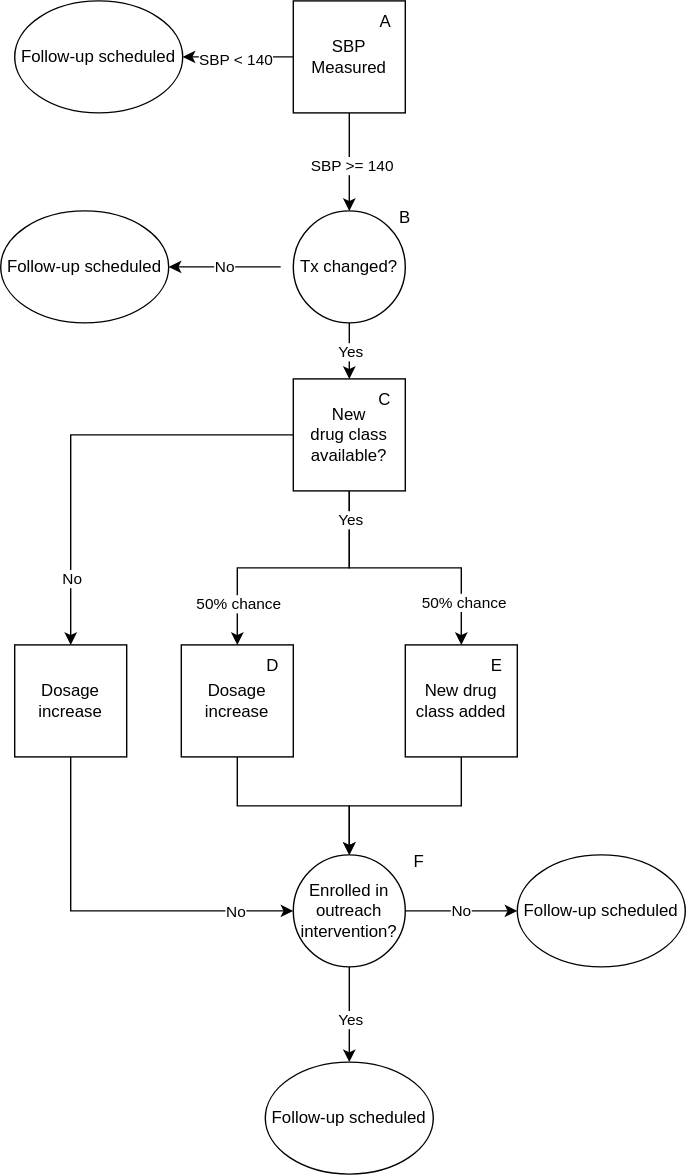
Above: docs/source/concept_models/vivarium_us_cvd/sbp_ramp_followup.svg in ihmeuw/vivarium_research (draw.io), before the change. Source tidied: cells renumbered, new cells last; positions are measured from the earlier drawing's top-left corner, leaving out a move shared by most shapes.
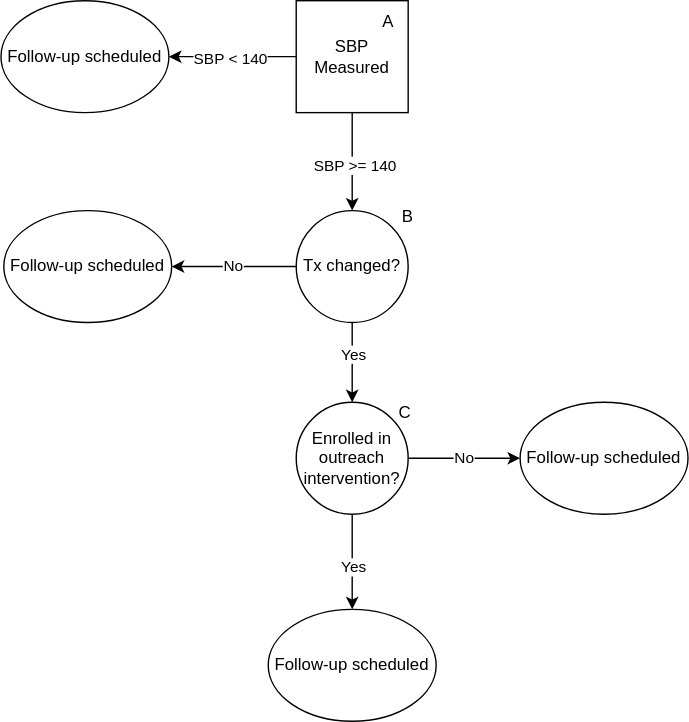
Later version of the same file.

Change to the diagram source:
```diff
@@ -5,12 +5,10 @@
     <mxCell id="2" value="SBP Measured" style="whiteSpace=wrap;html=1;" parent="1" vertex="1">
       <mxGeometry x="209" width="80" height="80" as="geometry" />
     </mxCell>
-    <mxCell id="3" value="No" style="edgeStyle=orthogonalEdgeStyle;rounded=0;jettySize=auto;html=1;exitX=0;exitY=0.5;exitDx=0;exitDy=0;entryX=1;entryY=0.5;entryDx=0;entryDy=0;" parent="1" edge="1" target="6">
-      <mxGeometry relative="1" as="geometry">
-        <mxPoint x="200" y="190" as="sourcePoint" />
-      </mxGeometry>
+    <mxCell id="3" value="No" style="edgeStyle=orthogonalEdgeStyle;rounded=0;jettySize=auto;html=1;exitX=0;exitY=0.5;exitDx=0;exitDy=0;entryX=1;entryY=0.5;entryDx=0;entryDy=0;" parent="1" edge="1" source="15" target="6">
+      <mxGeometry relative="1" as="geometry" />
     </mxCell>
-    <mxCell id="4" style="edgeStyle=orthogonalEdgeStyle;rounded=0;jettySize=auto;html=1;exitX=0.5;exitY=1;exitDx=0;exitDy=0;entryX=0.5;entryY=0;entryDx=0;entryDy=0;" parent="1" edge="1" source="15" target="12">
+    <mxCell id="4" style="edgeStyle=orthogonalEdgeStyle;rounded=0;jettySize=auto;html=1;exitX=0.5;exitY=1;exitDx=0;exitDy=0;entryX=0.5;entryY=0;entryDx=0;entryDy=0;" parent="1" edge="1" source="15" target="18">
       <mxGeometry relative="1" as="geometry" />
     </mxCell>
     <mxCell id="5" value="Yes" style="edgeLabel;html=1;align=center;verticalAlign=middle;" parent="4" vertex="1">
@@ -21,50 +19,29 @@
     <mxCell id="6" value="Follow-up scheduled" style="ellipse;whiteSpace=wrap;html=1;" parent="1" vertex="1">
       <mxGeometry y="150" width="120" height="80" as="geometry" />
     </mxCell>
-    <mxCell id="7" style="edgeStyle=orthogonalEdgeStyle;rounded=0;jettySize=auto;html=1;exitX=0.5;exitY=1;exitDx=0;exitDy=0;entryX=0.5;entryY=0;entryDx=0;entryDy=0;" parent="1" edge="1" source="12" target="13">
-      <mxGeometry relative="1" as="geometry" />
+    <mxCell id="7" style="edgeStyle=orthogonalEdgeStyle;rounded=0;jettySize=auto;html=1;exitX=0.5;exitY=1;exitDx=0;exitDy=0;entryX=0.5;entryY=0;entryDx=0;entryDy=0;" parent="1" edge="1" target="x">
+      <mxGeometry relative="1" as="geometry">
+        <mxPoint x="249" y="350" as="sourcePoint" />
+      </mxGeometry>
     </mxCell>
     <mxCell id="8" value="50% chance" style="edgeLabel;html=1;align=center;verticalAlign=middle;" parent="7" vertex="1">
       <mxGeometry x="0.69" relative="1" as="geometry" />
     </mxCell>
-    <mxCell id="9" style="edgeStyle=orthogonalEdgeStyle;rounded=0;jettySize=auto;html=1;exitX=0.5;exitY=1;exitDx=0;exitDy=0;entryX=0.5;entryY=0;entryDx=0;entryDy=0;" parent="1" edge="1" source="12" target="14">
-      <mxGeometry relative="1" as="geometry" />
-    </mxCell>
-    <mxCell id="10" value="Yes" style="edgeLabel;html=1;align=center;verticalAlign=middle;" parent="9" vertex="1">
-      <mxGeometry x="-0.79" y="2" relative="1" as="geometry">
-        <mxPoint x="-2" as="offset" />
-      </mxGeometry>
-    </mxCell>
-    <mxCell id="11" value="50% chance" style="edgeLabel;html=1;align=center;verticalAlign=middle;" parent="9" vertex="1">
-      <mxGeometry x="0.68" y="1" relative="1" as="geometry" />
-    </mxCell>
-    <mxCell id="12" value="New&lt;br&gt;&lt;div&gt;drug class available?&lt;/div&gt;" style="whiteSpace=wrap;html=1;" parent="1" vertex="1">
-      <mxGeometry x="209" y="270" width="80" height="80" as="geometry" />
-    </mxCell>
-    <mxCell id="13" value="&lt;div&gt;Dosage increase&lt;br&gt;&lt;/div&gt;" style="whiteSpace=wrap;html=1;" parent="1" vertex="1">
-      <mxGeometry x="129" y="460" width="80" height="80" as="geometry" />
-    </mxCell>
-    <mxCell id="14" value="New drug class added" style="whiteSpace=wrap;html=1;" parent="1" vertex="1">
-      <mxGeometry x="289" y="460" width="80" height="80" as="geometry" />
-    </mxCell>
     <mxCell id="15" value="Tx changed?" style="ellipse;whiteSpace=wrap;html=1;" parent="1" vertex="1">
       <mxGeometry x="209" y="150" width="80" height="80" as="geometry" />
     </mxCell>
     <mxCell id="16" value="B" style="text;html=1;strokeColor=none;fillColor=none;align=center;verticalAlign=middle;whiteSpace=wrap;rounded=0;" parent="1" vertex="1">
       <mxGeometry x="259" y="140" width="60" height="30" as="geometry" />
     </mxCell>
-    <mxCell id="17" style="edgeStyle=orthogonalEdgeStyle;rounded=0;jettySize=auto;html=1;exitX=0.5;exitY=1;exitDx=0;exitDy=0;entryX=0.5;entryY=0;entryDx=0;entryDy=0;" parent="1" edge="1" source="14" target="18">
-      <mxGeometry relative="1" as="geometry" />
-    </mxCell>
     <mxCell id="18" value="Enrolled in outreach intervention?" style="ellipse;whiteSpace=wrap;html=1;" parent="1" vertex="1">
-      <mxGeometry x="209" y="610" width="80" height="80" as="geometry" />
+      <mxGeometry x="209" y="287" width="80" height="80" as="geometry" />
     </mxCell>
-    <mxCell id="19" value="F" style="text;html=1;strokeColor=none;fillColor=none;align=center;verticalAlign=middle;whiteSpace=wrap;rounded=0;" parent="1" vertex="1">
-      <mxGeometry x="269" y="600" width="60" height="30" as="geometry" />
+    <mxCell id="19" value="C" style="text;html=1;strokeColor=none;fillColor=none;align=center;verticalAlign=middle;whiteSpace=wrap;rounded=0;" parent="1" vertex="1">
+      <mxGeometry x="257" y="280" width="60" height="30" as="geometry" />
     </mxCell>
     <mxCell id="20" style="edgeStyle=orthogonalEdgeStyle;rounded=0;jettySize=auto;html=1;exitX=0.5;exitY=1;exitDx=0;exitDy=0;entryX=0.5;entryY=0;entryDx=0;entryDy=0;" parent="1" edge="1" target="24">
       <mxGeometry relative="1" as="geometry">
-        <mxPoint x="249" y="690" as="sourcePoint" />
+        <mxPoint x="249" y="367" as="sourcePoint" />
       </mxGeometry>
     </mxCell>
     <mxCell id="21" value="Yes" style="edgeLabel;html=1;align=center;verticalAlign=middle;" parent="20" vertex="1">
@@ -72,26 +49,25 @@
     </mxCell>
     <mxCell id="22" value="No" style="edgeStyle=orthogonalEdgeStyle;rounded=0;jettySize=auto;html=1;exitX=1;exitY=0.5;exitDx=0;exitDy=0;" parent="1" edge="1" target="23">
       <mxGeometry relative="1" as="geometry">
-        <mxPoint x="289" y="650" as="sourcePoint" />
+        <mxPoint x="289" y="327" as="sourcePoint" />
       </mxGeometry>
     </mxCell>
     <mxCell id="23" value="Follow-up scheduled" style="ellipse;whiteSpace=wrap;html=1;" parent="1" vertex="1">
-      <mxGeometry x="369" y="610" width="120" height="80" as="geometry" />
+      <mxGeometry x="369" y="287" width="120" height="80" as="geometry" />
     </mxCell>
     <mxCell id="24" value="Follow-up scheduled" style="ellipse;whiteSpace=wrap;html=1;" parent="1" vertex="1">
-      <mxGeometry x="189" y="758" width="120" height="80" as="geometry" />
+      <mxGeometry x="189" y="435" width="120" height="80" as="geometry" />
     </mxCell>
-    <mxCell id="25" style="edgeStyle=orthogonalEdgeStyle;rounded=0;orthogonalLoop=1;jettySize=auto;html=1;exitX=0;exitY=0.5;exitDx=0;exitDy=0;" parent="1" edge="1">
+    <mxCell id="25" style="edgeStyle=orthogonalEdgeStyle;rounded=0;jettySize=auto;html=1;exitX=0;exitY=0.5;exitDx=0;exitDy=0;entryX=1;entryY=0.5;entryDx=0;entryDy=0;" parent="1" edge="1" target="27">
       <mxGeometry relative="1" as="geometry">
         <mxPoint x="209" y="40" as="sourcePoint" />
-        <mxPoint x="130" y="40" as="targetPoint" />
       </mxGeometry>
     </mxCell>
     <mxCell id="26" value="SBP &amp;lt; 140" style="edgeLabel;html=1;align=center;verticalAlign=middle;" parent="25" vertex="1">
       <mxGeometry x="0.06" y="1" relative="1" as="geometry" />
     </mxCell>
     <mxCell id="27" value="Follow-up scheduled" style="ellipse;whiteSpace=wrap;html=1;" parent="1" vertex="1">
-      <mxGeometry x="10" width="120" height="80" as="geometry" />
+      <mxGeometry x="-2" width="120" height="80" as="geometry" />
     </mxCell>
     <mxCell id="28" value="A" style="text;html=1;strokeColor=none;fillColor=none;align=center;verticalAlign=middle;whiteSpace=wrap;rounded=0;" parent="1" vertex="1">
       <mxGeometry x="260" width="30" height="30" as="geometry" />
@@ -104,32 +80,13 @@
     <mxCell id="30" value="SBP &amp;gt;= 140" style="edgeLabel;html=1;align=center;verticalAlign=middle;" parent="29" vertex="1">
       <mxGeometry x="0.06" y="1" relative="1" as="geometry" />
     </mxCell>
-    <mxCell id="31" style="edgeStyle=orthogonalEdgeStyle;rounded=0;jettySize=auto;html=1;exitX=0.5;exitY=1;exitDx=0;exitDy=0;entryX=0.5;entryY=0;entryDx=0;entryDy=0;" parent="1" edge="1" source="13" target="18">
-      <mxGeometry relative="1" as="geometry" />
-    </mxCell>
-    <mxCell id="32" value="C" style="text;html=1;strokeColor=none;fillColor=none;align=center;verticalAlign=middle;whiteSpace=wrap;rounded=0;" parent="1" vertex="1">
-      <mxGeometry x="260" y="270" width="29" height="30" as="geometry" />
-    </mxCell>
-    <mxCell id="33" value="D" style="text;html=1;strokeColor=none;fillColor=none;align=center;verticalAlign=middle;whiteSpace=wrap;rounded=0;" parent="1" vertex="1">
-      <mxGeometry x="180" y="460" width="29" height="30" as="geometry" />
-    </mxCell>
-    <mxCell id="34" value="E" style="text;html=1;strokeColor=none;fillColor=none;align=center;verticalAlign=middle;whiteSpace=wrap;rounded=0;" parent="1" vertex="1">
-      <mxGeometry x="340" y="460" width="29" height="30" as="geometry" />
-    </mxCell>
-    <mxCell id="35" value="&lt;div&gt;Dosage increase&lt;br&gt;&lt;/div&gt;" style="whiteSpace=wrap;html=1;" parent="1" vertex="1">
-      <mxGeometry x="10" y="460" width="80" height="80" as="geometry" />
-    </mxCell>
-    <mxCell id="36" style="edgeStyle=orthogonalEdgeStyle;rounded=0;jettySize=auto;html=1;entryX=0.5;entryY=0;entryDx=0;entryDy=0;" parent="1" edge="1" source="12" target="35">
-      <mxGeometry relative="1" as="geometry" />
+    <mxCell id="36" style="edgeStyle=orthogonalEdgeStyle;rounded=0;jettySize=auto;html=1;entryX=0.5;entryY=0;entryDx=0;entryDy=0;" parent="1" edge="1" target="x">
+      <mxGeometry relative="1" as="geometry">
+        <mxPoint x="209" y="310" as="sourcePoint" />
+      </mxGeometry>
     </mxCell>
     <mxCell id="37" value="No" style="edgeLabel;html=1;align=center;verticalAlign=middle;" parent="36" vertex="1">
       <mxGeometry x="0.69" relative="1" as="geometry" />
     </mxCell>
-    <mxCell id="38" style="edgeStyle=orthogonalEdgeStyle;rounded=0;jettySize=auto;html=1;entryX=0;entryY=0.5;entryDx=0;entryDy=0;exitX=0.5;exitY=1;exitDx=0;exitDy=0;" parent="1" edge="1" source="35" target="18">
-      <mxGeometry relative="1" as="geometry" />
-    </mxCell>
-    <mxCell id="39" value="No" style="edgeLabel;html=1;align=center;verticalAlign=middle;" parent="38" vertex="1">
-      <mxGeometry x="0.69" relative="1" as="geometry" />
-    </mxCell>
   </root>
 </mxGraphModel>
```
